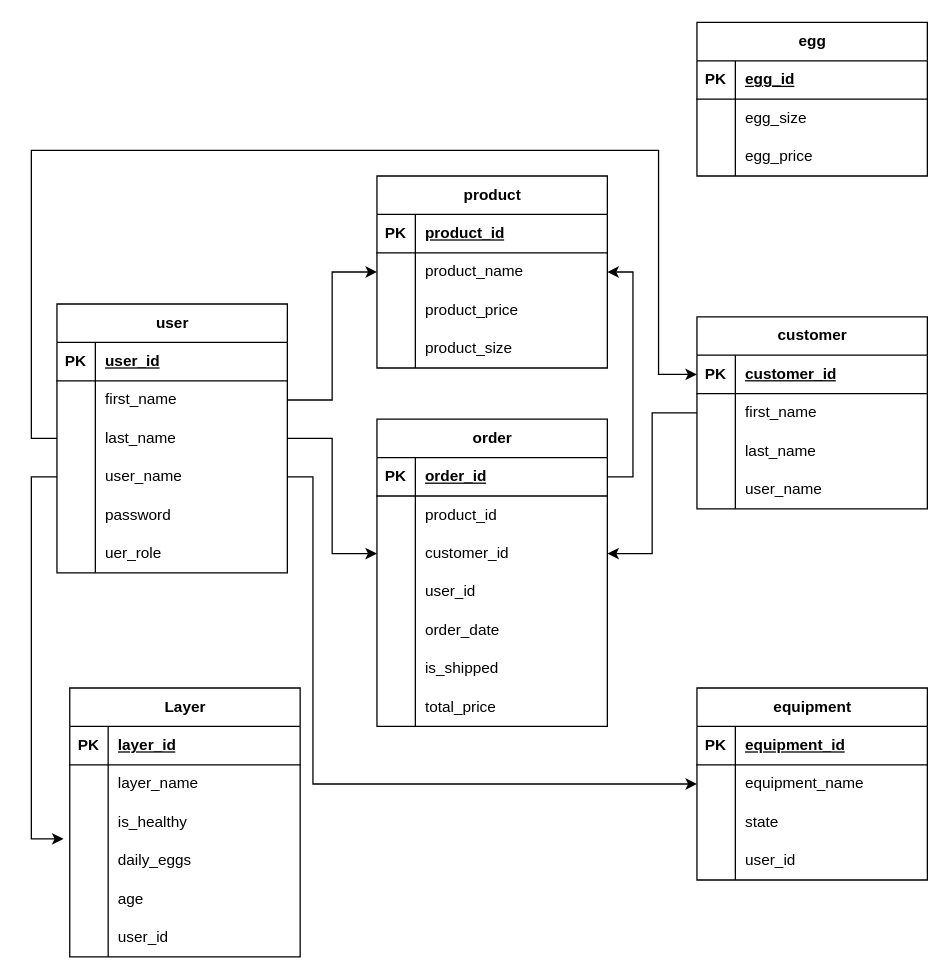
ahmedjamion/eggcellent keeps this draw.io diagram as erd/egcellent_erd.drawio. Above is the earlier version. Source tidied: cells renumbered, new cells numbered last; positions are measured from the earlier drawing's top-left corner, leaving out a move shared by most shapes. Both pictures are drawn from the tidied source at 128%, with x=0, y=0 at pixel (31, 22).
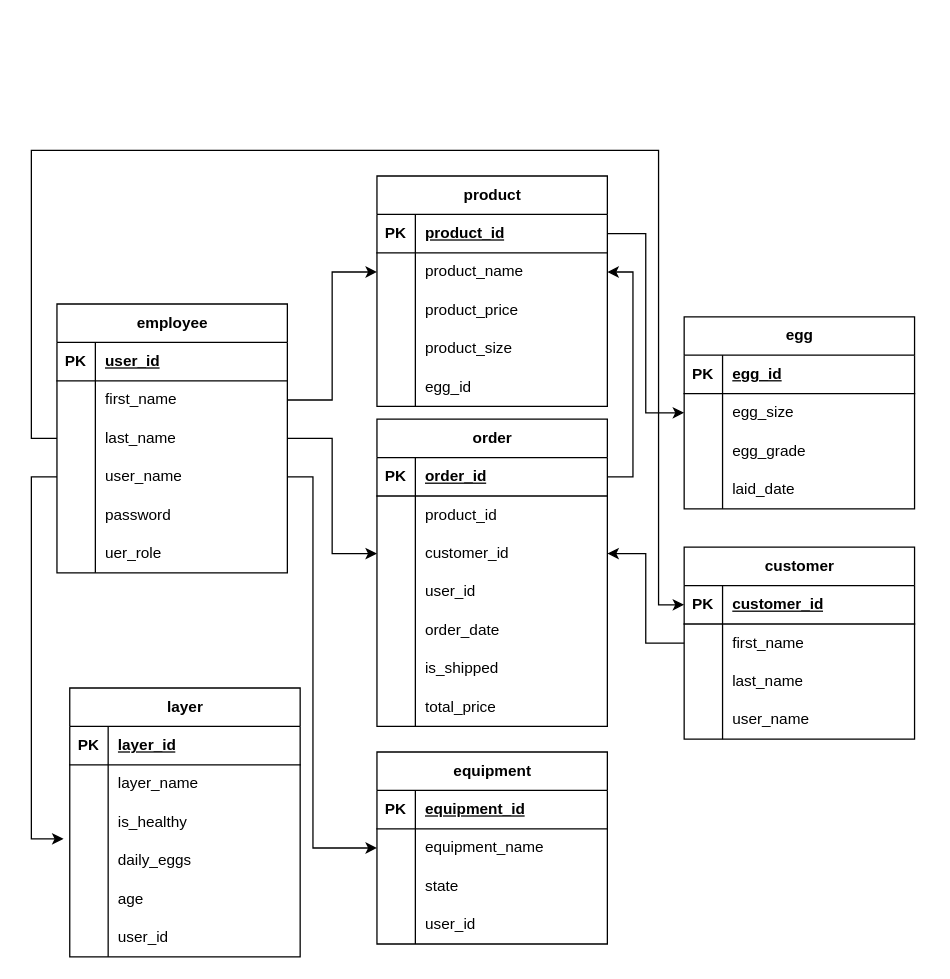
Above is the later version.

The change refers to these unchanged cells:
```xml
<mxCell id="9" style="shape=tableRow;horizontal=0;startSize=0;swimlaneHead=0;swimlaneBody=0;fillColor=none;points=[[0,0.5],[1,0.5]];portConstraint=eastwest;top=0;left=0;right=0;bottom=0;" parent="2" vertex="1">
  <mxGeometry y="90" width="180" height="30" as="geometry" />
</mxCell>
<mxCell id="12" style="shape=tableRow;horizontal=0;startSize=0;swimlaneHead=0;swimlaneBody=0;fillColor=none;points=[[0,0.5],[1,0.5]];portConstraint=eastwest;top=0;left=0;right=0;bottom=0;" parent="2" vertex="1">
  <mxGeometry y="120" width="180" height="30" as="geometry" />
</mxCell>
<mxCell id="22" style="shape=tableRow;horizontal=0;startSize=0;swimlaneHead=0;swimlaneBody=0;fillColor=none;points=[[0,0.5],[1,0.5]];portConstraint=eastwest;top=0;left=0;right=0;bottom=1;" parent="21" vertex="1">
  <mxGeometry y="30" width="180" height="30" as="geometry" />
</mxCell>
<mxCell id="57" style="shape=tableRow;horizontal=0;startSize=0;swimlaneHead=0;swimlaneBody=0;fillColor=none;points=[[0,0.5],[1,0.5]];portConstraint=eastwest;top=0;left=0;right=0;bottom=1;" parent="56" vertex="1">
  <mxGeometry y="30" width="180" height="30" as="geometry" />
</mxCell>
<mxCell id="92" style="shape=tableRow;horizontal=0;startSize=0;swimlaneHead=0;swimlaneBody=0;fillColor=none;points=[[0,0.5],[1,0.5]];portConstraint=eastwest;top=0;left=0;right=0;bottom=0;" parent="88" vertex="1">
  <mxGeometry y="60" width="180" height="30" as="geometry" />
</mxCell>
<mxCell id="112" style="shape=tableRow;horizontal=0;startSize=0;swimlaneHead=0;swimlaneBody=0;fillColor=none;points=[[0,0.5],[1,0.5]];portConstraint=eastwest;top=0;left=0;right=0;bottom=0;" parent="108" vertex="1">
  <mxGeometry y="60" width="180" height="30" as="geometry" />
</mxCell>
<mxCell id="115" style="shape=tableRow;horizontal=0;startSize=0;swimlaneHead=0;swimlaneBody=0;fillColor=none;top=0;left=0;right=0;bottom=0;" parent="108" vertex="1">
  <mxGeometry y="90" width="180" height="30" as="geometry" />
</mxCell>
```

What changed in the source:
```diff
@@
-    <mxCell id="2" value="user" style="shape=table;startSize=30;childLayout=tableLayout;rowLines=0;fontStyle=1;align=center;html=1;" parent="1" vertex="1">
+    <mxCell id="2" value="employee" style="shape=table;startSize=30;childLayout=tableLayout;rowLines=0;fontStyle=1;align=center;html=1;" parent="1" vertex="1">
       <mxGeometry x="20" y="220" width="180" height="210" as="geometry" />
     </mxCell>
@@
     <mxCell id="21" value="product" style="shape=table;startSize=30;childLayout=tableLayout;rowLines=0;fontStyle=1;align=center;html=1;" parent="1" vertex="1">
-      <mxGeometry x="270" y="120" width="180" height="150" as="geometry" />
+      <mxGeometry x="270" y="120" width="180" height="180" as="geometry" />
     </mxCell>
@@
+    <mxCell id="118" style="shape=tableRow;horizontal=0;startSize=0;swimlaneHead=0;swimlaneBody=0;fillColor=none;top=0;left=0;right=0;bottom=0;" parent="21" vertex="1">
+      <mxGeometry y="150" width="180" height="30" as="geometry" />
+    </mxCell>
+    <mxCell id="116" style="shape=partialRectangle;fillColor=none;top=0;left=0;bottom=0;right=0;overflow=hidden;whiteSpace=wrap;html=1;" parent="118" vertex="1">
+      <mxGeometry width="30" height="30" as="geometry" />
+    </mxCell>
+    <mxCell id="119" value="egg_id" style="shape=partialRectangle;fillColor=none;top=0;left=0;bottom=0;right=0;align=left;spacingLeft=6;overflow=hidden;whiteSpace=wrap;html=1;" parent="118" vertex="1">
+      <mxGeometry x="30" width="150" height="30" as="geometry" />
+    </mxCell>
@@
     <mxCell id="56" value="customer" style="shape=table;startSize=30;childLayout=tableLayout;rowLines=0;fontStyle=1;align=center;html=1;" parent="1" vertex="1">
-      <mxGeometry x="520" y="230" width="180" height="150" as="geometry" />
+      <mxGeometry x="510" y="410" width="180" height="150" as="geometry" />
     </mxCell>
@@
-    <mxCell id="69" value="Layer" style="shape=table;startSize=30;childLayout=tableLayout;rowLines=0;fontStyle=1;align=center;html=1;" parent="1" vertex="1">
+    <mxCell id="69" value="layer" style="shape=table;startSize=30;childLayout=tableLayout;rowLines=0;fontStyle=1;align=center;html=1;" parent="1" vertex="1">
       <mxGeometry x="30" y="520" width="180" height="210" as="geometry" />
     </mxCell>
@@
     <mxCell id="88" value="equipment" style="shape=table;startSize=30;childLayout=tableLayout;rowLines=0;fontStyle=1;align=center;html=1;" parent="1" vertex="1">
-      <mxGeometry x="520" y="520" width="180" height="150" as="geometry" />
+      <mxGeometry x="270" y="570" width="180" height="150" as="geometry" />
     </mxCell>
@@
     <mxCell id="105" style="edgeStyle=orthogonalEdgeStyle;rounded=0;jettySize=auto;html=1;exitX=1;exitY=0.5;exitDx=0;exitDy=0;entryX=0;entryY=0.5;entryDx=0;entryDy=0;" parent="1" edge="1" source="12" target="92">
       <mxGeometry relative="1" as="geometry">
         <Array as="points">
           <mxPoint x="220" y="355" />
-          <mxPoint x="220" y="595" />
+          <mxPoint x="220" y="645" />
         </Array>
       </mxGeometry>
     </mxCell>
@@
     <mxCell id="107" style="edgeStyle=orthogonalEdgeStyle;rounded=0;jettySize=auto;html=1;exitX=0;exitY=0.5;exitDx=0;exitDy=0;entryX=0;entryY=0.5;entryDx=0;entryDy=0;" parent="1" edge="1" source="9" target="57">
       <mxGeometry relative="1" as="geometry">
         <Array as="points">
           <mxPoint y="325" />
           <mxPoint y="100" />
           <mxPoint x="490" y="100" />
-          <mxPoint x="490" y="275" />
+          <mxPoint x="490" y="455" />
         </Array>
       </mxGeometry>
     </mxCell>
     <mxCell id="108" value="egg" style="shape=table;startSize=30;childLayout=tableLayout;rowLines=0;fontStyle=1;align=center;html=1;" parent="1" vertex="1">
-      <mxGeometry x="520" width="180" height="120" as="geometry" />
+      <mxGeometry x="510" y="230" width="180" height="150" as="geometry" />
     </mxCell>
@@
-    <mxCell id="116" style="shape=partialRectangle;fillColor=none;top=0;left=0;bottom=0;right=0;overflow=hidden;whiteSpace=wrap;html=1;" parent="115" vertex="1">
-      <mxGeometry width="30" height="30" as="geometry" />
-    </mxCell>
-    <mxCell id="117" value="egg_price" style="shape=partialRectangle;fillColor=none;top=0;left=0;bottom=0;right=0;align=left;spacingLeft=6;overflow=hidden;whiteSpace=wrap;html=1;" parent="115" vertex="1">
-      <mxGeometry x="30" width="150" height="30" as="geometry" />
-    </mxCell>
+    <mxCell id="120" value="&lt;div&gt;&lt;br/&gt;&lt;/div&gt;" style="shape=partialRectangle;fillColor=none;top=0;left=0;bottom=0;right=0;overflow=hidden;whiteSpace=wrap;html=1;" parent="115" vertex="1">
+      <mxGeometry width="30" height="30" as="geometry" />
+    </mxCell>
+    <mxCell id="121" value="egg_grade" style="shape=partialRectangle;fillColor=none;top=0;left=0;bottom=0;right=0;align=left;spacingLeft=6;overflow=hidden;whiteSpace=wrap;html=1;" parent="115" vertex="1">
+      <mxGeometry x="30" width="150" height="30" as="geometry" />
+    </mxCell>
+    <mxCell id="122" style="shape=tableRow;horizontal=0;startSize=0;swimlaneHead=0;swimlaneBody=0;fillColor=none;top=0;left=0;right=0;bottom=0;" parent="108" vertex="1">
+      <mxGeometry y="120" width="180" height="30" as="geometry" />
+    </mxCell>
+    <mxCell id="123" value="&lt;div&gt;&lt;br/&gt;&lt;/div&gt;" style="shape=partialRectangle;fillColor=none;top=0;left=0;bottom=0;right=0;overflow=hidden;whiteSpace=wrap;html=1;" parent="122" vertex="1">
+      <mxGeometry width="30" height="30" as="geometry" />
+    </mxCell>
+    <mxCell id="124" value="laid_date" style="shape=partialRectangle;fillColor=none;top=0;left=0;bottom=0;right=0;align=left;spacingLeft=6;overflow=hidden;whiteSpace=wrap;html=1;" parent="122" vertex="1">
+      <mxGeometry x="30" width="150" height="30" as="geometry" />
+    </mxCell>
+    <mxCell id="125" style="edgeStyle=orthogonalEdgeStyle;rounded=0;jettySize=auto;html=1;exitX=1;exitY=0.5;exitDx=0;exitDy=0;entryX=0;entryY=0.5;entryDx=0;entryDy=0;" parent="1" edge="1" source="22" target="112">
+      <mxGeometry relative="1" as="geometry" />
+    </mxCell>
```
